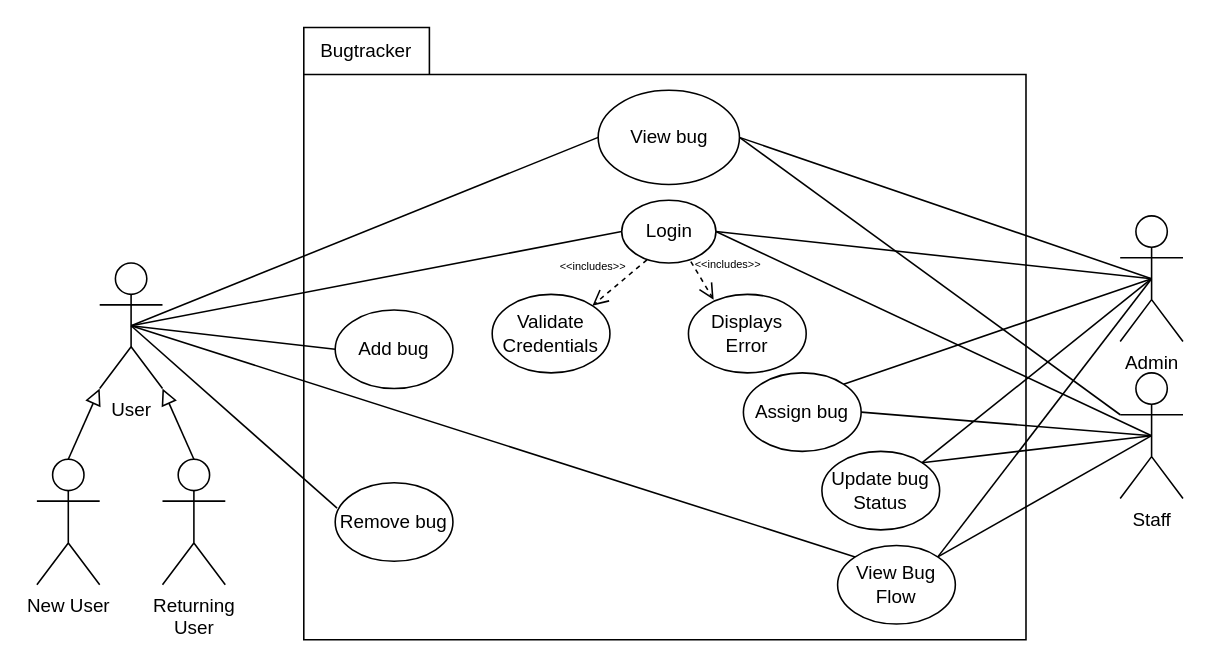
Earlier version of the draw.io diagram Report + Presentation/diagram_material/Report Use Case Diagram.drawio (Khoa100500/WebApplicationProject-BugTracker). Source tidied: cells renumbered, new cells numbered last; positions are measured from the earlier drawing's top-left corner, leaving out a move shared by most shapes. Both pictures are drawn from the tidied source at 157%, with x=0, y=0 at pixel (36, 27).
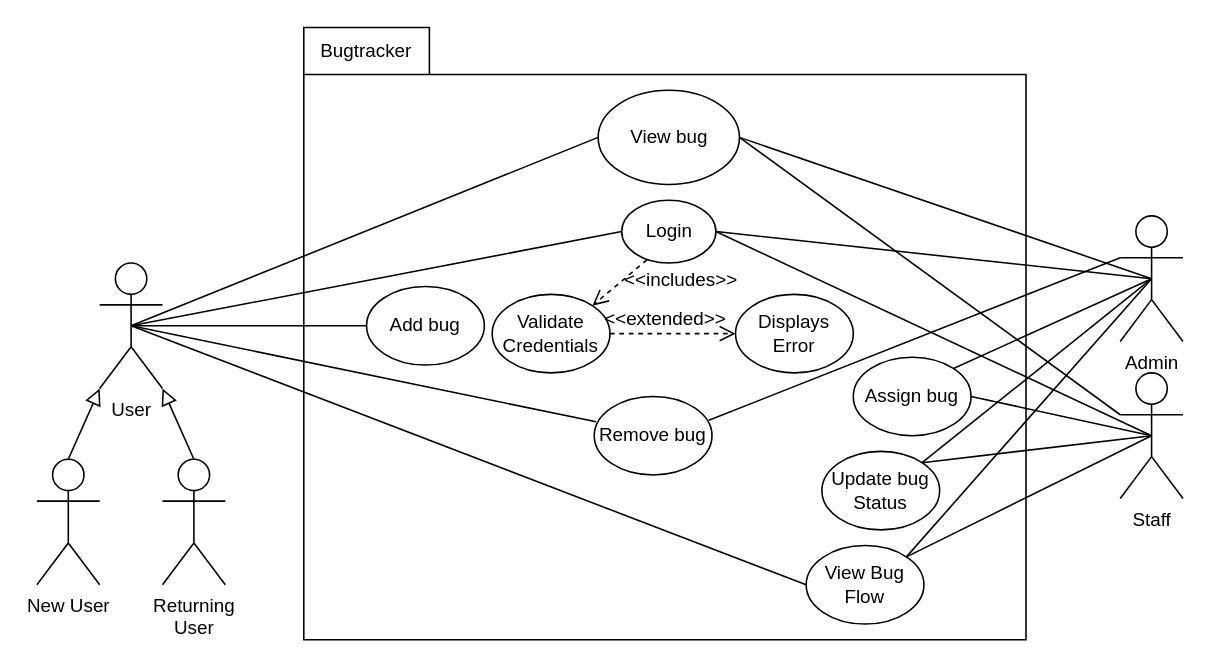
After the change.

Commit message (it also covers changes not shown here):
Update Report + Presentation

- Report .docx final version
- Added Presentation file

The change refers to these unchanged cells:
```xml
<mxCell id="4" value="User" style="shape=umlActor;verticalLabelPosition=bottom;verticalAlign=top;html=1;outlineConnect=0;" parent="1" vertex="1">
  <mxGeometry x="40" y="150" width="40" height="80" as="geometry" />
</mxCell>
<mxCell id="5" value="Admin" style="shape=umlActor;verticalLabelPosition=bottom;verticalAlign=top;html=1;outlineConnect=0;" parent="1" vertex="1">
  <mxGeometry x="690" y="120" width="40" height="80" as="geometry" />
</mxCell>
<mxCell id="10" value="Login" style="ellipse;whiteSpace=wrap;html=1;" parent="1" vertex="1">
  <mxGeometry x="372.5" y="110" width="60" height="40" as="geometry" />
</mxCell>
<mxCell id="20" value="Validate&lt;br&gt;Credentials" style="ellipse;whiteSpace=wrap;html=1;" parent="1" vertex="1">
  <mxGeometry x="290" y="170" width="75" height="50" as="geometry" />
</mxCell>
```

What changed in the source:
```diff
@@
     <mxCell id="7" value="Add bug" style="ellipse;whiteSpace=wrap;html=1;" parent="1" vertex="1">
-      <mxGeometry x="190" y="180" width="75" height="50" as="geometry" />
+      <mxGeometry x="210" y="165" width="75" height="50" as="geometry" />
     </mxCell>
@@
     <mxCell id="12" value="Remove bug" style="ellipse;whiteSpace=wrap;html=1;" parent="1" vertex="1">
-      <mxGeometry x="190" y="290" width="75" height="50" as="geometry" />
+      <mxGeometry x="355" y="235" width="75" height="50" as="geometry" />
     </mxCell>
@@
     <mxCell id="14" value="Assign bug" style="ellipse;whiteSpace=wrap;html=1;" parent="1" vertex="1">
-      <mxGeometry x="450" y="220" width="75" height="50" as="geometry" />
+      <mxGeometry x="520" y="210" width="75" height="50" as="geometry" />
     </mxCell>
@@
     <mxCell id="21" value="Displays Error" style="ellipse;whiteSpace=wrap;html=1;" parent="1" vertex="1">
-      <mxGeometry x="415" y="170" width="75" height="50" as="geometry" />
+      <mxGeometry x="445" y="170" width="75" height="50" as="geometry" />
     </mxCell>
-    <mxCell id="22" value="&lt;font style=&quot;font-size: 7px&quot;&gt;&amp;lt;&amp;lt;includes&amp;gt;&amp;gt;&lt;/font&gt;" style="endArrow=open;startArrow=none;endFill=0;startFill=0;endSize=8;html=1;verticalAlign=bottom;dashed=1;labelBackgroundColor=none;exitX=0.268;exitY=0.95;exitDx=0;exitDy=0;entryX=1;entryY=0;entryDx=0;entryDy=0;exitPerimeter=0;" parent="1" edge="1" source="10" target="20">
-      <mxGeometry x="0.51" y="-13" relative="1" as="geometry" />
+    <mxCell id="22" value="&lt;font style=&quot;font-size: 12px;&quot;&gt;&amp;lt;&amp;lt;includes&amp;gt;&amp;gt;&lt;/font&gt;" style="endArrow=open;startArrow=none;endFill=0;startFill=0;endSize=8;html=1;verticalAlign=bottom;dashed=1;labelBackgroundColor=none;exitX=0.268;exitY=0.95;exitDx=0;exitDy=0;entryX=1;entryY=0;entryDx=0;entryDy=0;exitPerimeter=0;fontSize=12;" parent="1" edge="1" source="10" target="20">
+      <mxGeometry x="-1" y="31" relative="1" as="geometry">
+        <mxPoint x="1" y="-2" as="offset" />
+      </mxGeometry>
     </mxCell>
-    <mxCell id="23" value="&lt;font style=&quot;font-size: 7px&quot;&gt;&amp;lt;&amp;lt;includes&amp;gt;&amp;gt;&lt;/font&gt;" style="endArrow=open;startArrow=none;endFill=0;startFill=0;endSize=8;html=1;verticalAlign=bottom;dashed=1;labelBackgroundColor=none;exitX=0.734;exitY=0.977;exitDx=0;exitDy=0;entryX=0.214;entryY=0.067;entryDx=0;entryDy=0;exitPerimeter=0;entryPerimeter=0;" parent="1" edge="1" source="10" target="21">
-      <mxGeometry x="0.51" y="15" relative="1" as="geometry" />
-    </mxCell>
@@
     <mxCell id="31" value="View Bug Flow" style="ellipse;whiteSpace=wrap;html=1;" parent="1" vertex="1">
-      <mxGeometry x="510" y="330" width="75" height="50" as="geometry" />
+      <mxGeometry x="490" y="330" width="75" height="50" as="geometry" />
     </mxCell>
@@
-    <mxCell id="37" style="endArrow=none;html=1;entryX=0;entryY=0;entryDx=0;entryDy=0;exitX=0.5;exitY=0.5;exitDx=0;exitDy=0;exitPerimeter=0;" parent="1" edge="1" source="4" target="31">
+    <mxCell id="37" style="endArrow=none;html=1;entryX=0;entryY=0.5;entryDx=0;entryDy=0;exitX=0.5;exitY=0.5;exitDx=0;exitDy=0;exitPerimeter=0;" parent="1" edge="1" source="4" target="31">
       <mxGeometry relative="1" as="geometry" />
     </mxCell>
@@
+    <mxCell id="39" style="endArrow=none;html=1;entryX=0.973;entryY=0.304;entryDx=0;entryDy=0;exitX=0;exitY=0.3333333333333333;exitDx=0;exitDy=0;exitPerimeter=0;entryPerimeter=0;" parent="1" edge="1" source="5" target="12">
+      <mxGeometry relative="1" as="geometry" />
+    </mxCell>
+    <mxCell id="40" value="&lt;font style=&quot;font-size: 12px;&quot;&gt;&amp;lt;&amp;lt;extended&amp;gt;&amp;gt;&lt;/font&gt;" style="endArrow=open;startArrow=none;endFill=0;startFill=0;endSize=8;html=1;verticalAlign=bottom;dashed=1;labelBackgroundColor=none;exitX=1;exitY=0.5;exitDx=0;exitDy=0;entryX=0;entryY=0.5;entryDx=0;entryDy=0;fontSize=12;" parent="1" edge="1" source="20" target="21">
+      <mxGeometry x="-0.12" relative="1" as="geometry" />
+    </mxCell>
```
